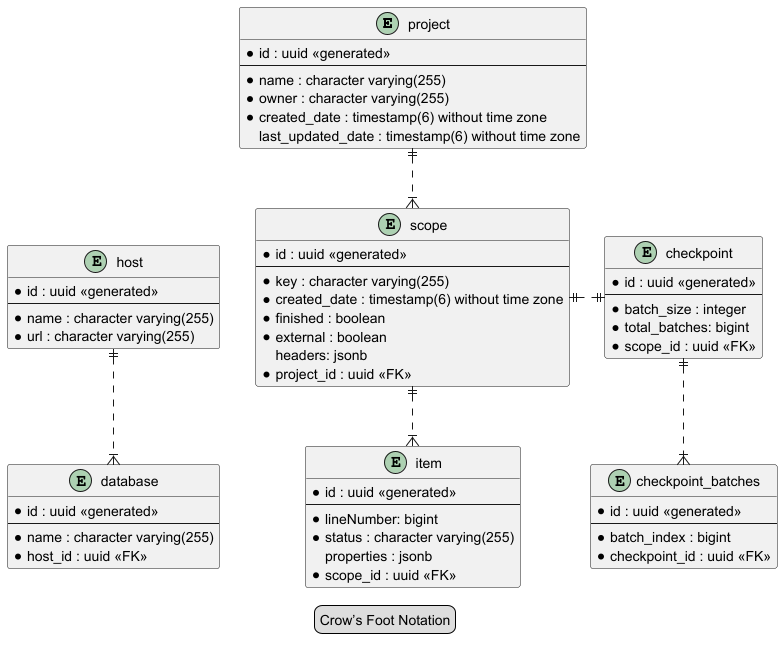
The PlantUML diagram data-migration-documentation/src/main/images/databaseModel.png in TuncerCatalkaya/data-migration, before a commit.
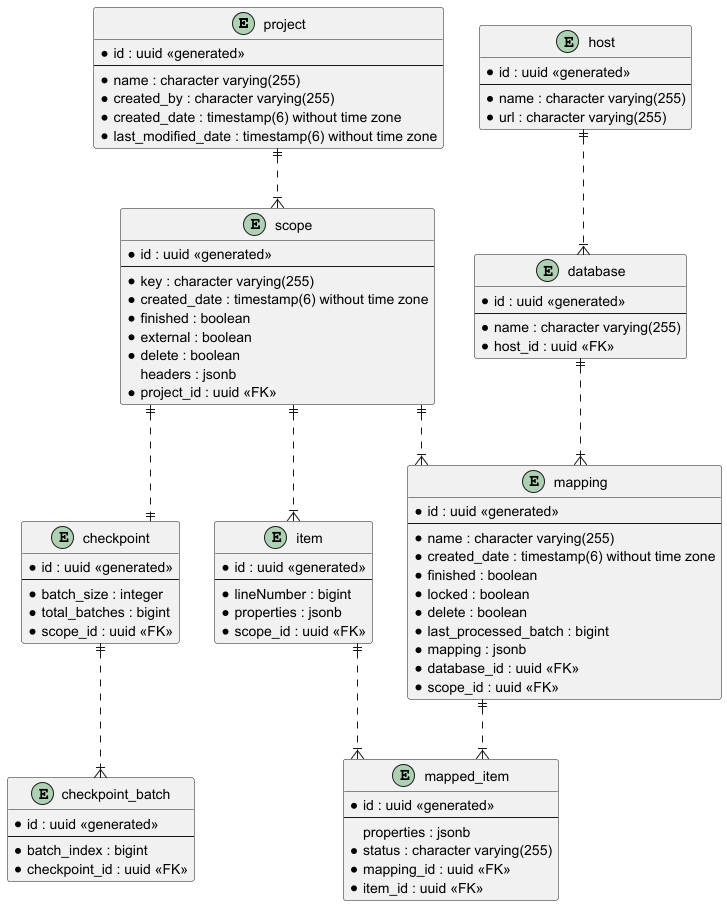
After the commit.

Change to the diagram source:
```diff
@@ -1,13 +1,13 @@
 @startuml
-legend Crow’s Foot Notation
+skinparam linetype ortho
 
 entity project {
     * id : uuid <<generated>>
     --
     * name : character varying(255)
-    * owner : character varying(255)
+    * created_by : character varying(255)
     * created_date : timestamp(6) without time zone
-    last_updated_date : timestamp(6) without time zone
+    * last_modified_date : timestamp(6) without time zone
 }
 
 entity scope {
@@ -17,16 +17,16 @@
     * created_date : timestamp(6) without time zone
     * finished : boolean
     * external : boolean
-    headers: jsonb
+    * delete : boolean
+    headers : jsonb
     * project_id : uuid <<FK>>
 }
 
 entity item {
     * id : uuid <<generated>>
     --
-    * lineNumber: bigint
-    * status : character varying(255)
-    properties : jsonb
+    * lineNumber : bigint
+    * properties : jsonb
     * scope_id : uuid <<FK>>
 }
 
@@ -34,11 +34,11 @@
     * id : uuid <<generated>>
     --
     * batch_size : integer
-    * total_batches: bigint
+    * total_batches : bigint
     * scope_id : uuid <<FK>>
 }
 
-entity checkpoint_batches {
+entity checkpoint_batch {
     * id : uuid <<generated>>
     --
     * batch_index : bigint
@@ -52,6 +52,20 @@
     * url : character varying(255)
 }
 
+entity mapping {
+    * id : uuid <<generated>>
+    --
+    * name : character varying(255)
+    * created_date : timestamp(6) without time zone
+    * finished : boolean
+    * locked : boolean
+    * delete : boolean
+    * last_processed_batch : bigint
+    * mapping : jsonb
+    * database_id : uuid <<FK>>
+    * scope_id : uuid <<FK>>
+}
+
 entity database {
     * id : uuid <<generated>>
     --
@@ -59,15 +73,26 @@
     * host_id : uuid <<FK>>
 }
 
+entity mapped_item {
+    * id : uuid <<generated>>
+    --
+    properties : jsonb
+    * status : character varying(255)
+    * mapping_id : uuid <<FK>>
+    * item_id : uuid <<FK>>
+}
+
 project ||..|{ scope
 scope ||..|{ item
 
-scope ||.|| checkpoint
+scope ||..|| checkpoint
+checkpoint ||..|{ checkpoint_batch
 
-checkpoint ||..|{ checkpoint_batches
+database ||..|{ mapping
+host ||..|{ database
+scope ||..|{ mapping
 
-host ||..|{ database
-
-host -[hidden]> scope
+item ||..|{ mapped_item
+mapping ||..|{ mapped_item
 
 @enduml
```
